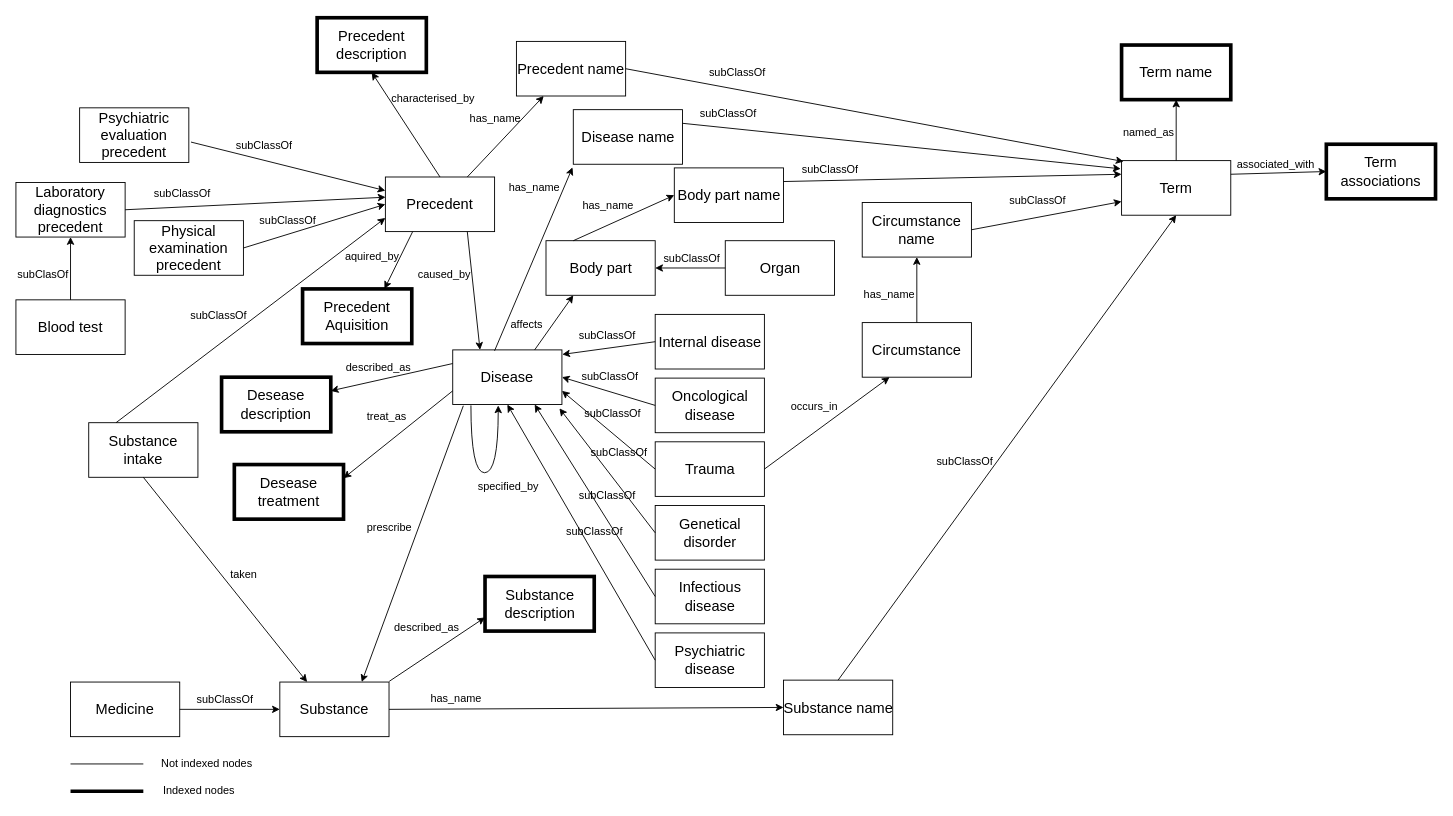
Earlier version of the draw.io diagram ontology/ontology_diagram.dio (dmitrijbozhkov/emergenecy-medicine-data). Source tidied: cells renumbered, new cells numbered last; positions are measured from the earlier drawing's top-left corner, leaving out a move shared by most shapes. Both pictures are drawn from the tidied source at 91%, with x=0, y=0 at pixel (15, 17).
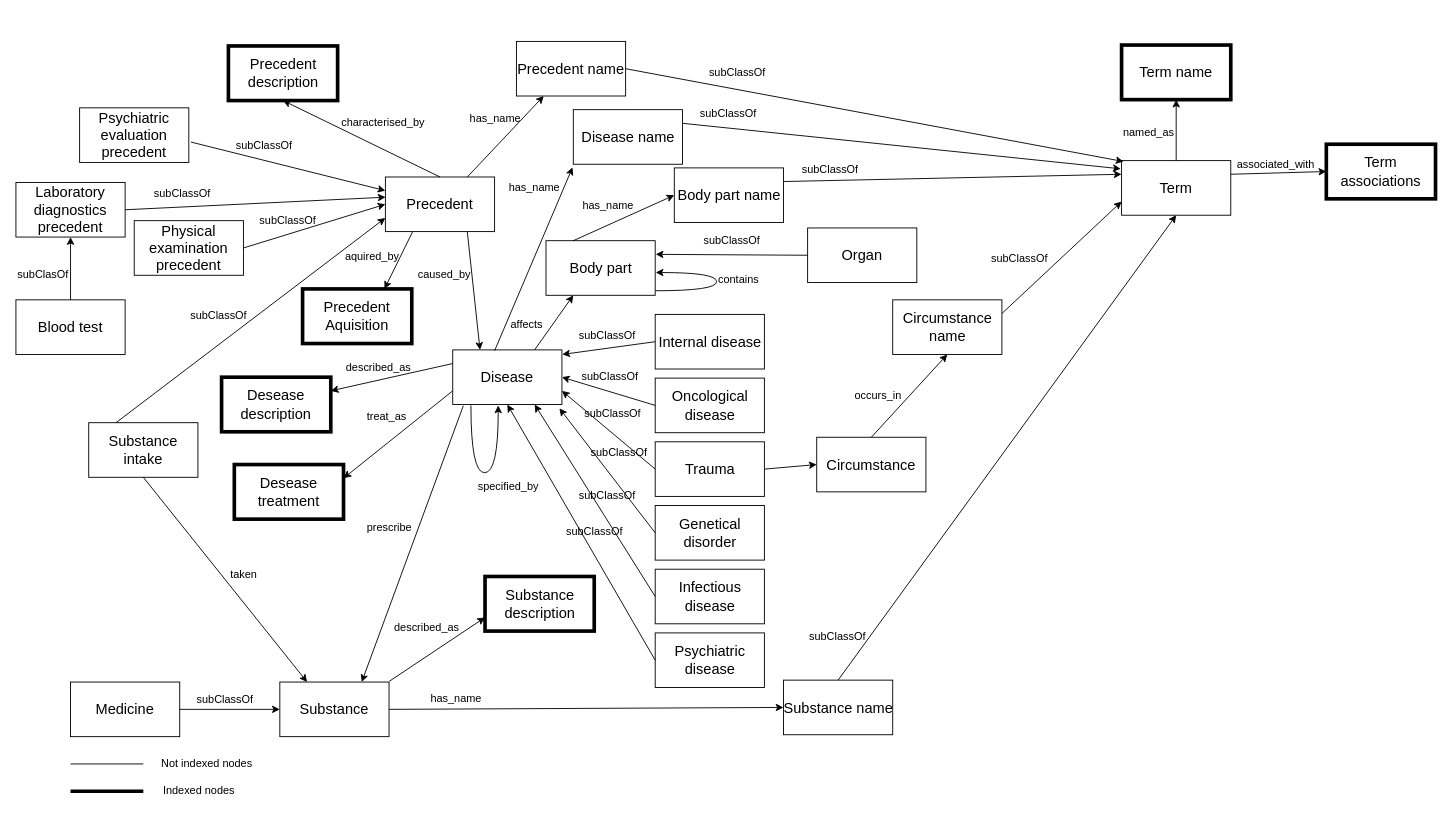
The same diagram, later.

The change refers to these unchanged cells:
```xml
<mxCell id="3" value="&lt;font style=&quot;font-size: 16px&quot;&gt;Body part&lt;/font&gt;" style="rounded=0;whiteSpace=wrap;html=1;" parent="1" vertex="1">
  <mxGeometry x="582.5" y="245" width="120" height="60" as="geometry" />
</mxCell>
<mxCell id="8" value="&lt;font style=&quot;font-size: 16px&quot;&gt;Trauma&lt;/font&gt;" style="rounded=0;whiteSpace=wrap;html=1;" parent="1" vertex="1">
  <mxGeometry x="702.5" y="466" width="120" height="60" as="geometry" />
</mxCell>
<mxCell id="65" value="&lt;span style=&quot;font-size: 16px&quot;&gt;Term&lt;/span&gt;" style="rounded=0;whiteSpace=wrap;html=1;" parent="1" vertex="1">
  <mxGeometry x="1215" y="157" width="120" height="60" as="geometry" />
</mxCell>
```

The edit, as a diff of the source:
```diff
@@
     <mxCell id="4" value="&lt;font style=&quot;font-size: 16px&quot;&gt;Organ&lt;/font&gt;" style="rounded=0;whiteSpace=wrap;html=1;" parent="1" vertex="1">
-      <mxGeometry x="779.5" y="245" width="120" height="60" as="geometry" />
+      <mxGeometry x="870" y="231" width="120" height="60" as="geometry" />
     </mxCell>
     <mxCell id="5" value="subClassOf" style="text;html=1;strokeColor=none;fillColor=none;align=center;verticalAlign=middle;whiteSpace=wrap;rounded=0;" parent="1" vertex="1">
-      <mxGeometry x="722.5" y="255" width="40" height="20" as="geometry" />
+      <mxGeometry x="767" y="235" width="40" height="20" as="geometry" />
     </mxCell>
@@
-    <mxCell id="26" style="endArrow=classic;html=1;exitX=0;exitY=0.5;entryX=1;entryY=0.5;" parent="1" edge="1" source="4" target="3">
-      <mxGeometry relative="1" as="geometry" />
+    <mxCell id="26" style="endArrow=classic;html=1;exitX=0;exitY=0.5;" parent="1" edge="1" source="4">
+      <mxGeometry relative="1" as="geometry">
+        <mxPoint x="703" y="260" as="targetPoint" />
+      </mxGeometry>
     </mxCell>
@@
     <mxCell id="59" value="&lt;span style=&quot;font-size: 16px&quot;&gt;Circumstance&lt;/span&gt;" style="rounded=0;whiteSpace=wrap;html=1;" parent="1" vertex="1">
-      <mxGeometry x="930" y="335" width="120" height="60" as="geometry" />
+      <mxGeometry x="880" y="461" width="120" height="60" as="geometry" />
     </mxCell>
-    <mxCell id="60" style="endArrow=classic;html=1;exitX=1;exitY=0.5;entryX=0.25;entryY=1;" parent="1" edge="1" source="8" target="59">
+    <mxCell id="60" style="endArrow=classic;html=1;exitX=1;exitY=0.5;entryX=0;entryY=0.5;" parent="1" edge="1" source="8" target="59">
       <mxGeometry relative="1" as="geometry" />
     </mxCell>
     <mxCell id="61" value="occurs_in" style="text;html=1;align=left;verticalAlign=top;spacingTop=-4;" parent="1" vertex="1">
-      <mxGeometry x="850" y="418" width="70" height="20" as="geometry" />
+      <mxGeometry x="920" y="405" width="70" height="20" as="geometry" />
     </mxCell>
@@
     <mxCell id="83" value="&lt;span style=&quot;font-size: 16px&quot;&gt;Circumstance name&lt;br&gt;&lt;/span&gt;" style="rounded=0;whiteSpace=wrap;html=1;" parent="1" vertex="1">
-      <mxGeometry x="930" y="203" width="120" height="60" as="geometry" />
+      <mxGeometry x="963.5" y="310" width="120" height="60" as="geometry" />
     </mxCell>
@@
-    <mxCell id="91" style="endArrow=classic;html=1;exitX=1;exitY=0.5;entryX=0;entryY=0.75;" parent="1" edge="1" source="83" target="65">
+    <mxCell id="91" style="endArrow=classic;html=1;exitX=1;exitY=0.25;entryX=0;entryY=0.75;" parent="1" edge="1" source="83" target="65">
       <mxGeometry relative="1" as="geometry" />
     </mxCell>
     <mxCell id="92" value="subClassOf" style="text;html=1;align=left;verticalAlign=top;spacingTop=-4;" parent="1" vertex="1">
-      <mxGeometry x="1090" y="191" width="80" height="20" as="geometry" />
+      <mxGeometry x="1070" y="255" width="80" height="20" as="geometry" />
     </mxCell>
@@
     <mxCell id="94" value="subClassOf" style="text;html=1;align=left;verticalAlign=top;spacingTop=-4;" parent="1" vertex="1">
-      <mxGeometry x="1010" y="478" width="80" height="20" as="geometry" />
+      <mxGeometry x="870" y="670" width="80" height="20" as="geometry" />
     </mxCell>
@@
     <mxCell id="96" value="&lt;span style=&quot;font-size: 16px&quot;&gt;Precedent description&lt;/span&gt;" style="rounded=0;whiteSpace=wrap;html=1;strokeWidth=4;" parent="1" vertex="1">
-      <mxGeometry x="331" width="120" height="60" as="geometry" />
+      <mxGeometry x="233.5" y="31" width="120" height="60" as="geometry" />
     </mxCell>
@@
     <mxCell id="98" value="characterised_by" style="text;html=1;align=left;verticalAlign=top;spacingTop=-4;" parent="1" vertex="1">
-      <mxGeometry x="411" y="79" width="110" height="20" as="geometry" />
+      <mxGeometry x="356" y="106" width="110" height="20" as="geometry" />
     </mxCell>
@@
-    <mxCell id="108" value="has_name" style="text;html=1;align=left;verticalAlign=top;spacingTop=-4;" parent="1" vertex="1">
-      <mxGeometry x="930" y="295" width="70" height="20" as="geometry" />
+    <mxCell id="108" value="contains" style="text;html=1;align=left;verticalAlign=top;spacingTop=-4;" parent="1" vertex="1">
+      <mxGeometry x="769.5" y="278" width="60" height="20" as="geometry" />
     </mxCell>
+    <mxCell id="109" style="endArrow=classic;html=1;strokeWidth=1;edgeStyle=orthogonalEdgeStyle;curved=1;" parent="1" edge="1">
+      <mxGeometry relative="1" as="geometry">
+        <mxPoint x="703" y="300" as="sourcePoint" />
+        <mxPoint x="703" y="280" as="targetPoint" />
+        <Array as="points">
+          <mxPoint x="770" y="300" />
+          <mxPoint x="770" y="280" />
+        </Array>
+      </mxGeometry>
+    </mxCell>
```
